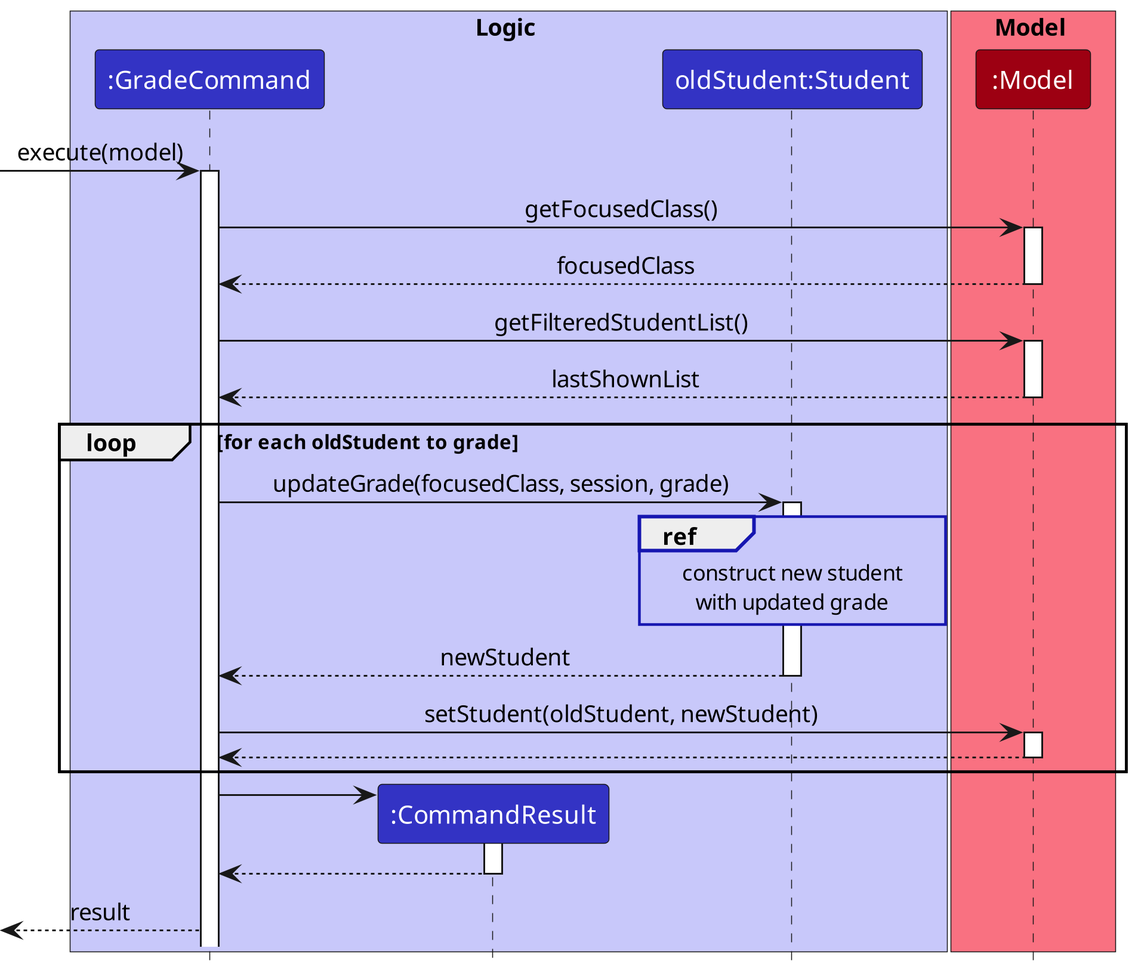
Before: docs/images/GradeCommandSequenceDiagram.png, a diagram exported from PlantUML (nus-cs2103-AY2223S1/tp).
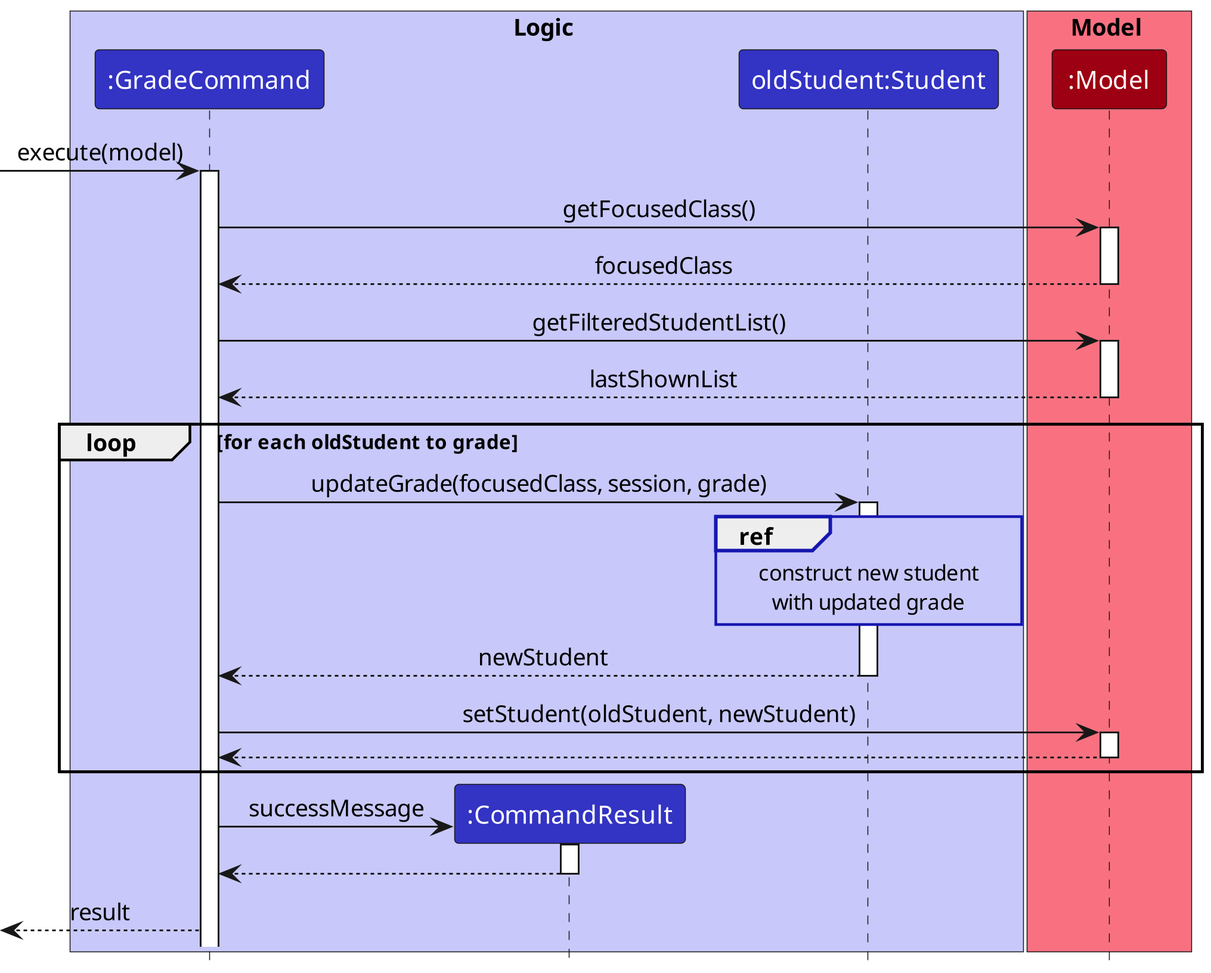
Above is the later version.

Commit message:
DG: add parameter to CommandResult call

Diff of the diagram source:
```diff
@@ -43,7 +43,7 @@
 end
 
 create CommandResult
-GradeCommand -> CommandResult
+GradeCommand -> CommandResult: successMessage
 activate CommandResult
 
 CommandResult --> GradeCommand
```
